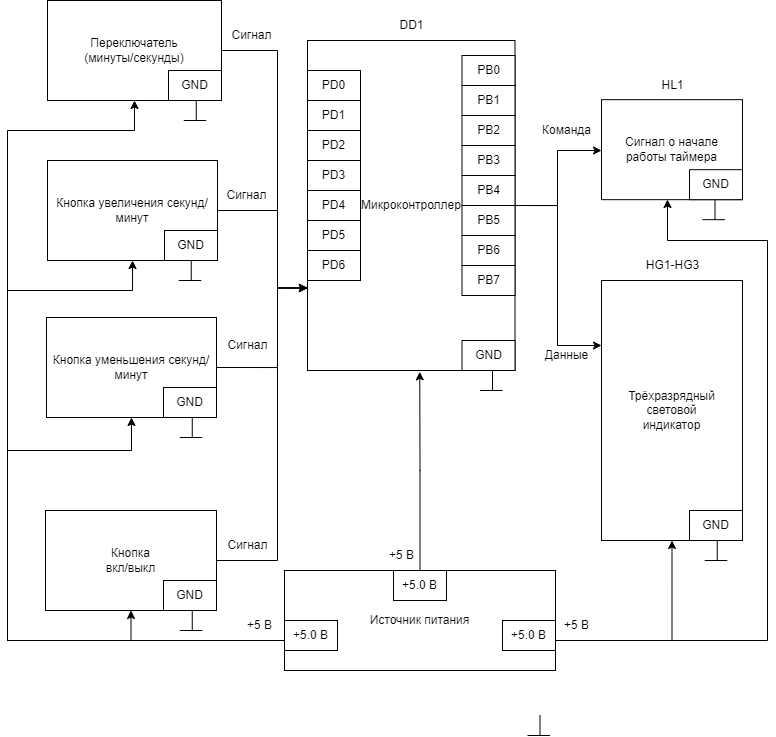
IlyaFedoseev227/LABS-PNRPU-IVT-22-1b keeps this draw.io diagram as Схемыч!!!.png. Above is the earlier version. Source tidied: cells renumbered, new cells last; positions are measured from the earlier drawing's top-left corner, leaving out a move shared by most shapes.
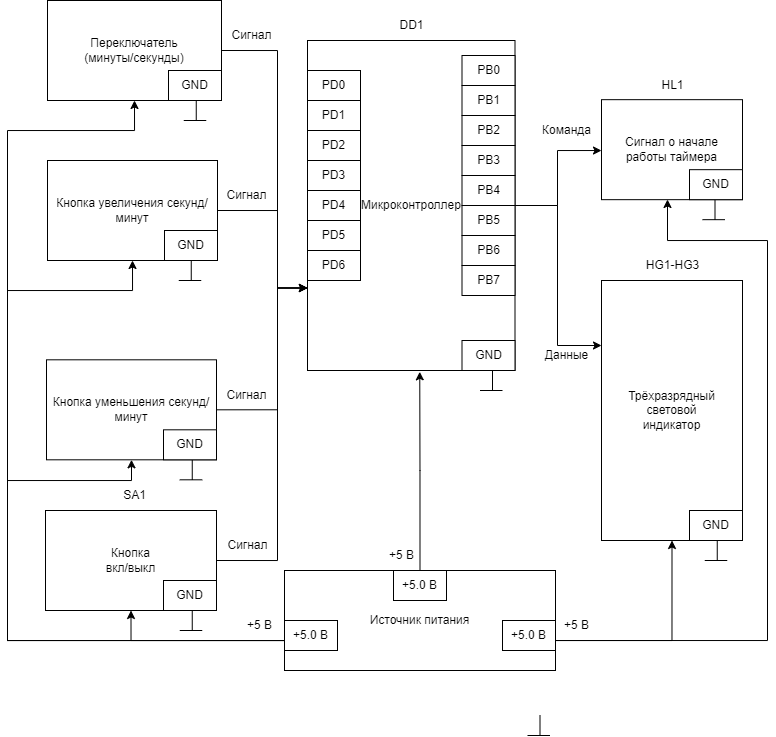
After the commit.

Change to the diagram source:
```diff
@@ -50,13 +50,13 @@
     <mxCell id="10" style="edgeStyle=orthogonalEdgeStyle;rounded=0;jettySize=auto;html=1;exitX=1;exitY=0.5;exitDx=0;exitDy=0;entryX=0;entryY=0.75;entryDx=0;entryDy=0;" parent="1" edge="1" source="11" target="7">
       <mxGeometry relative="1" as="geometry">
         <Array as="points">
-          <mxPoint x="270" y="367" />
+          <mxPoint x="270" y="409" />
           <mxPoint x="270" y="287" />
         </Array>
       </mxGeometry>
     </mxCell>
     <mxCell id="11" value="Кнопка уменьшения секунд/минут" style="rounded=0;whiteSpace=wrap;html=1;" parent="1" vertex="1">
-      <mxGeometry x="39" y="317" width="170" height="100" as="geometry" />
+      <mxGeometry x="39" y="359.3" width="170" height="100" as="geometry" />
     </mxCell>
     <mxCell id="12" style="edgeStyle=orthogonalEdgeStyle;rounded=0;jettySize=auto;html=1;exitX=1;exitY=0.5;exitDx=0;exitDy=0;entryX=0;entryY=0.75;entryDx=0;entryDy=0;" parent="1" edge="1" source="13" target="7">
       <mxGeometry relative="1" as="geometry">
@@ -83,9 +83,10 @@
     <mxCell id="16" style="edgeStyle=orthogonalEdgeStyle;rounded=0;jettySize=auto;html=1;exitX=0;exitY=0.5;exitDx=0;exitDy=0;entryX=0.5;entryY=1;entryDx=0;entryDy=0;" parent="1" edge="1" source="22" target="11">
       <mxGeometry relative="1" as="geometry">
         <Array as="points">
+          <mxPoint x="277" y="640" />
           <mxPoint y="640" />
-          <mxPoint y="450" />
-          <mxPoint x="124" y="450" />
+          <mxPoint y="480" />
+          <mxPoint x="124" y="480" />
         </Array>
       </mxGeometry>
     </mxCell>
@@ -200,14 +201,14 @@
     </mxCell>
     <mxCell id="33" style="endArrow=none;html=1;rounded=0;" parent="1" edge="1">
       <mxGeometry relative="1" as="geometry">
-        <mxPoint x="172.2" y="437" as="sourcePoint" />
-        <mxPoint x="194.8" y="437" as="targetPoint" />
+        <mxPoint x="172.2" y="479.3" as="sourcePoint" />
+        <mxPoint x="194.8" y="479.3" as="targetPoint" />
       </mxGeometry>
     </mxCell>
     <mxCell id="34" style="endArrow=none;html=1;rounded=0;" parent="1" edge="1">
       <mxGeometry x="1" y="-32" relative="1" as="geometry">
-        <mxPoint x="184.8" y="437" as="sourcePoint" />
-        <mxPoint x="184.8" y="417" as="targetPoint" />
+        <mxPoint x="184.8" y="479.3" as="sourcePoint" />
+        <mxPoint x="184.8" y="459.3" as="targetPoint" />
         <mxPoint x="-2" y="-10" as="offset" />
       </mxGeometry>
     </mxCell>
@@ -256,7 +257,7 @@
       <mxGeometry x="214" y="20" width="60" height="30" as="geometry" />
     </mxCell>
     <mxCell id="45" value="Сигнал" style="text;html=1;align=center;verticalAlign=middle;strokeColor=none;fillColor=none;" parent="1" vertex="1">
-      <mxGeometry x="210" y="330" width="60" height="30" as="geometry" />
+      <mxGeometry x="209" y="380" width="60" height="30" as="geometry" />
     </mxCell>
     <mxCell id="46" value="Сигнал" style="text;html=1;align=center;verticalAlign=middle;strokeColor=none;fillColor=none;" parent="1" vertex="1">
       <mxGeometry x="210" y="530" width="60" height="30" as="geometry" />
@@ -271,7 +272,7 @@
       <mxGeometry x="157" y="230" width="53" height="30" as="geometry" />
     </mxCell>
     <mxCell id="50" value="GND" style="rounded=0;whiteSpace=wrap;html=1;" parent="1" vertex="1">
-      <mxGeometry x="156" y="387" width="53" height="30" as="geometry" />
+      <mxGeometry x="156" y="429.3" width="53" height="30" as="geometry" />
     </mxCell>
     <mxCell id="51" value="GND" style="rounded=0;whiteSpace=wrap;html=1;" parent="1" vertex="1">
       <mxGeometry x="156" y="580" width="53" height="30" as="geometry" />
@@ -348,5 +349,8 @@
     <mxCell id="75" value="DD1" style="text;html=1;align=center;verticalAlign=middle;strokeColor=none;fillColor=none;" parent="1" vertex="1">
       <mxGeometry x="378.8" y="10" width="50" height="30" as="geometry" />
     </mxCell>
+    <mxCell id="76" value="SA1" style="text;html=1;align=center;verticalAlign=middle;strokeColor=none;fillColor=none;" parent="1" vertex="1">
+      <mxGeometry x="102" y="480" width="50" height="30" as="geometry" />
+    </mxCell>
   </root>
 </mxGraphModel>
```
